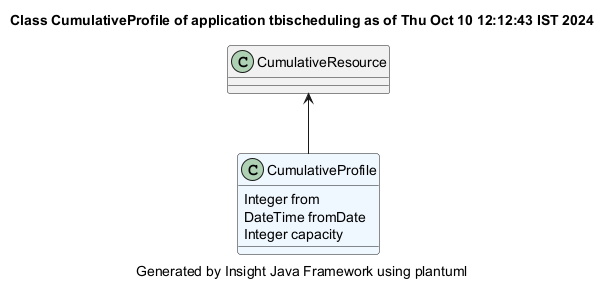
The PlantUML diagram demonstrator/tbischeduling/site/plantuml/CumulativeProfile.png in hsimonis/schedulingtraining, before a commit. Its diagram source:
```plantuml
@startuml
title Class CumulativeProfile of application tbischeduling as of Thu Oct 10 12:12:43 IST 2024
caption Generated by Insight Java Framework using plantuml
class CumulativeProfile #aliceblue
CumulativeProfile : Integer from
CumulativeProfile : DateTime fromDate
CumulativeProfile : Integer capacity

CumulativeResource  <-- CumulativeProfile
class CumulativeResource

@enduml
```
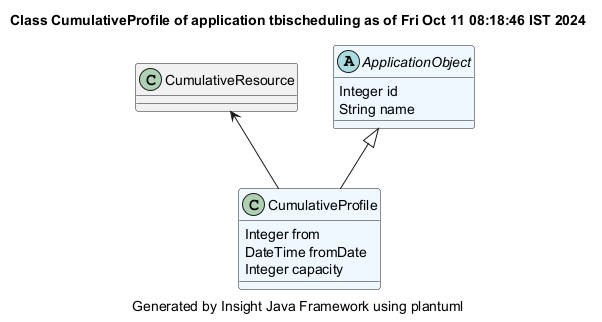
After the change.

What changed in the source:
```diff
@@ -1,5 +1,5 @@
 @startuml
-title Class CumulativeProfile of application tbischeduling as of Thu Oct 10 12:12:43 IST 2024
+title Class CumulativeProfile of application tbischeduling as of Fri Oct 11 08:18:46 IST 2024
 caption Generated by Insight Java Framework using plantuml
 class CumulativeProfile #aliceblue
 CumulativeProfile : Integer from
@@ -9,4 +9,9 @@
 CumulativeResource  <-- CumulativeProfile
 class CumulativeResource
 
+abstract ApplicationObject #aliceblue
+ApplicationObject : Integer id
+ApplicationObject : String name
+
+ApplicationObject <|-- CumulativeProfile
 @enduml
```
